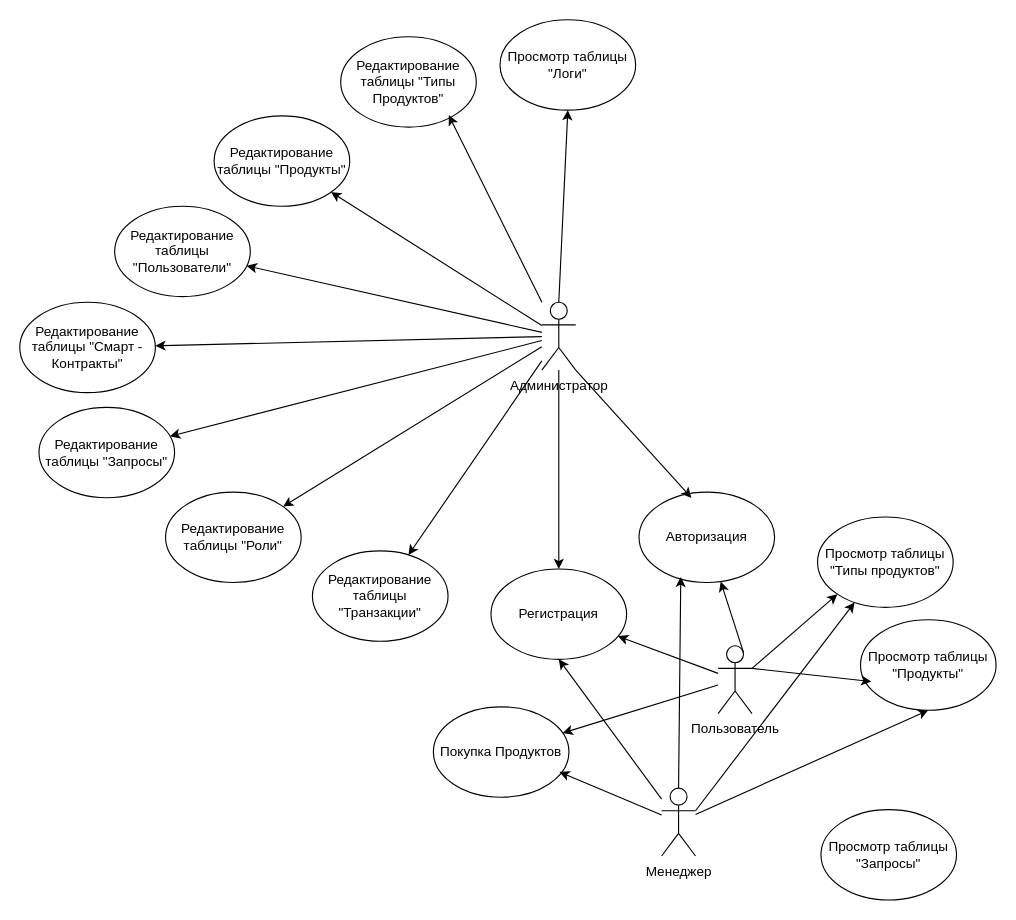
This is precedents_scheme.drawio from slsforme/ton_market_django, a draw.io file, before an edit. Source tidied: cells renumbered, new cells numbered last; positions are measured from the earlier drawing's top-left corner, leaving out a move shared by most shapes. Both pictures are drawn from the tidied source at 113%, with x=0, y=0 at pixel (19, 19).
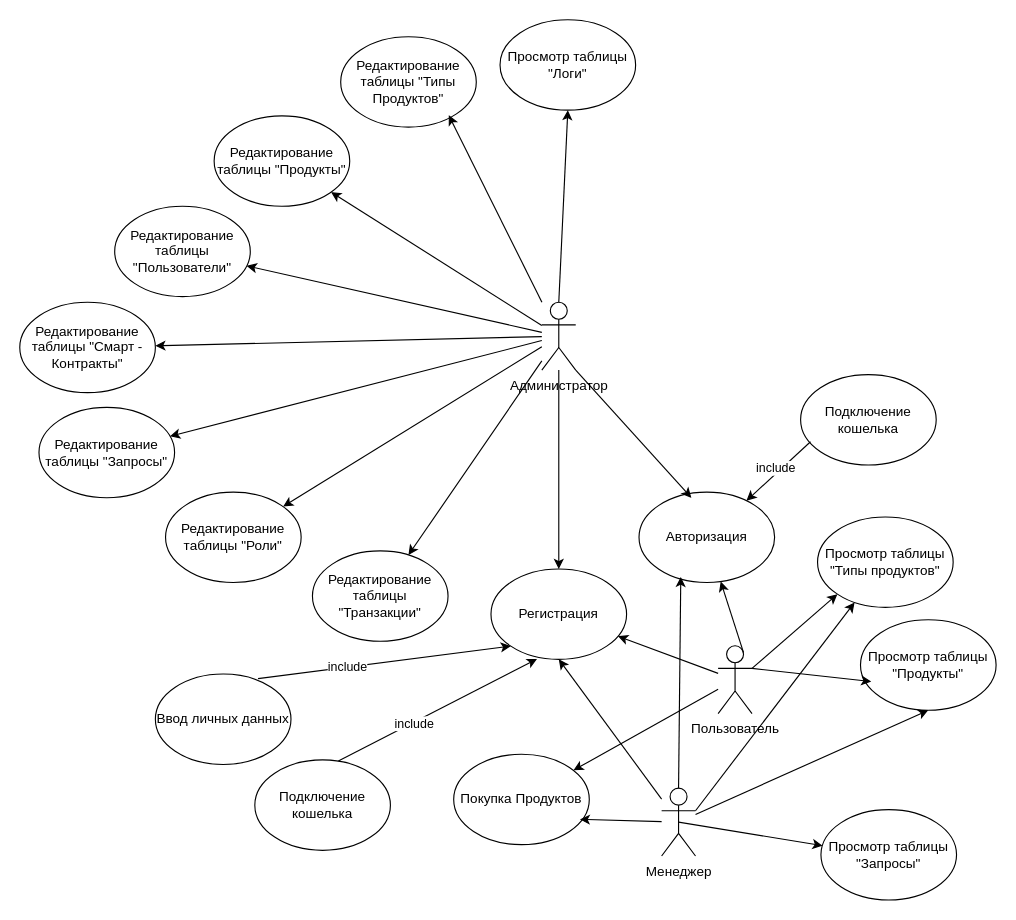
The same diagram, later.

Unchanged cells that the change refers to:
```xml
<mxCell id="17" value="Регистрация" style="ellipse;whiteSpace=wrap;html=1;" parent="1" vertex="1">
  <mxGeometry x="417" y="486" width="120" height="80" as="geometry" />
</mxCell>
<mxCell id="18" value="Авторизация" style="ellipse;whiteSpace=wrap;html=1;" parent="1" vertex="1">
  <mxGeometry x="548" y="418" width="120" height="80" as="geometry" />
</mxCell>
<mxCell id="28" value="Менеджер" style="shape=umlActor;verticalLabelPosition=bottom;verticalAlign=top;html=1;outlineConnect=0;" parent="1" vertex="1">
  <mxGeometry x="568" y="680" width="30" height="60" as="geometry" />
</mxCell>
<mxCell id="38" value="Просмотр таблицы &quot;Запросы&quot;" style="ellipse;whiteSpace=wrap;html=1;" parent="1" vertex="1">
  <mxGeometry x="709" y="699" width="120" height="80" as="geometry" />
</mxCell>
```

The edit, as a diff of the source:
```diff
@@
     <mxCell id="33" value="Покупка Продуктов" style="ellipse;whiteSpace=wrap;html=1;" parent="1" vertex="1">
-      <mxGeometry x="366" y="608" width="120" height="80" as="geometry" />
+      <mxGeometry x="384" y="650" width="120" height="80" as="geometry" />
     </mxCell>
@@
+    <mxCell id="39" style="endArrow=classic;html=1;rounded=0;exitX=0.5;exitY=0.5;exitDx=0;exitDy=0;exitPerimeter=0;entryX=0.012;entryY=0.399;entryDx=0;entryDy=0;entryPerimeter=0;" parent="1" edge="1" source="28" target="38">
+      <mxGeometry relative="1" as="geometry" />
+    </mxCell>
+    <mxCell id="40" value="Ввод личных данных" style="ellipse;whiteSpace=wrap;html=1;" parent="1" vertex="1">
+      <mxGeometry x="120" y="579" width="120" height="80" as="geometry" />
+    </mxCell>
+    <mxCell id="41" style="endArrow=classic;html=1;rounded=0;exitX=0.757;exitY=0.051;exitDx=0;exitDy=0;exitPerimeter=0;entryX=0;entryY=1;entryDx=0;entryDy=0;" parent="1" edge="1" source="40" target="17">
+      <mxGeometry relative="1" as="geometry" />
+    </mxCell>
+    <mxCell id="42" value="include" style="edgeLabel;html=1;align=center;verticalAlign=middle;" parent="41" vertex="1">
+      <mxGeometry x="-0.29" relative="1" as="geometry">
+        <mxPoint x="-1" as="offset" />
+      </mxGeometry>
+    </mxCell>
+    <mxCell id="43" value="Подключение кошелька" style="ellipse;whiteSpace=wrap;html=1;" parent="1" vertex="1">
+      <mxGeometry x="208" y="655" width="120" height="80" as="geometry" />
+    </mxCell>
+    <mxCell id="44" style="endArrow=classic;html=1;rounded=0;exitX=0.616;exitY=0.011;exitDx=0;exitDy=0;exitPerimeter=0;entryX=0.34;entryY=0.995;entryDx=0;entryDy=0;entryPerimeter=0;" parent="1" edge="1" source="43" target="17">
+      <mxGeometry relative="1" as="geometry" />
+    </mxCell>
+    <mxCell id="45" value="include" style="edgeLabel;html=1;align=center;verticalAlign=middle;" parent="44" vertex="1">
+      <mxGeometry x="-0.25" y="-1" relative="1" as="geometry" />
+    </mxCell>
+    <mxCell id="46" value="Подключение кошелька" style="ellipse;whiteSpace=wrap;html=1;" parent="1" vertex="1">
+      <mxGeometry x="691" y="314" width="120" height="80" as="geometry" />
+    </mxCell>
+    <mxCell id="47" style="endArrow=classic;html=1;rounded=0;exitX=0.073;exitY=0.743;exitDx=0;exitDy=0;exitPerimeter=0;" parent="1" edge="1" source="46" target="18">
+      <mxGeometry relative="1" as="geometry" />
+    </mxCell>
+    <mxCell id="48" value="include" style="edgeLabel;html=1;align=center;verticalAlign=middle;" parent="47" vertex="1">
+      <mxGeometry x="0.02" y="-4" relative="1" as="geometry" />
+    </mxCell>
```
